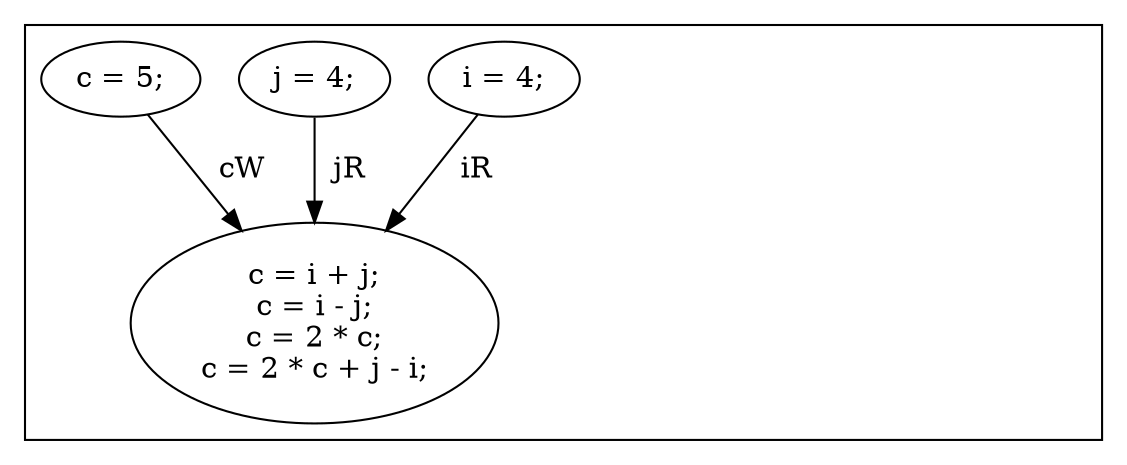
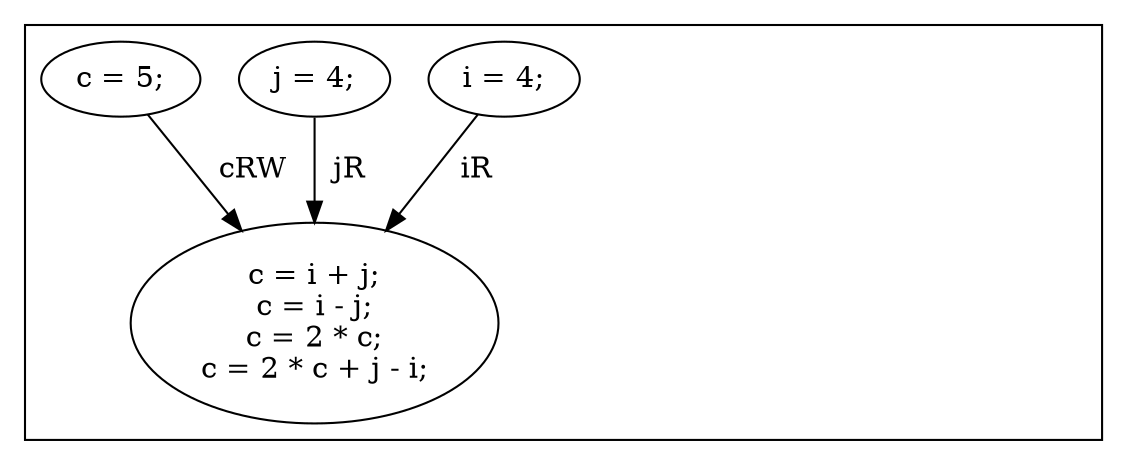
digraph G {
subgraph cluster_f0 {
    invisibleNodeScope_1 [style=invis];
    0 [label="i = 4;"];
    0 -> 3[label="  iR"];
    1 [label="j = 4;"];
    1 -> 3[label="  jR"];
    2 [label="c = 5;"];
-     2 -> 3[label="  cW"];
+     2 -> 3[label="  cRW"];
    3 [label="c = i + j;
c = i - j;
c = 2 * c;
c = 2 * c + j - i;"];
}
}
